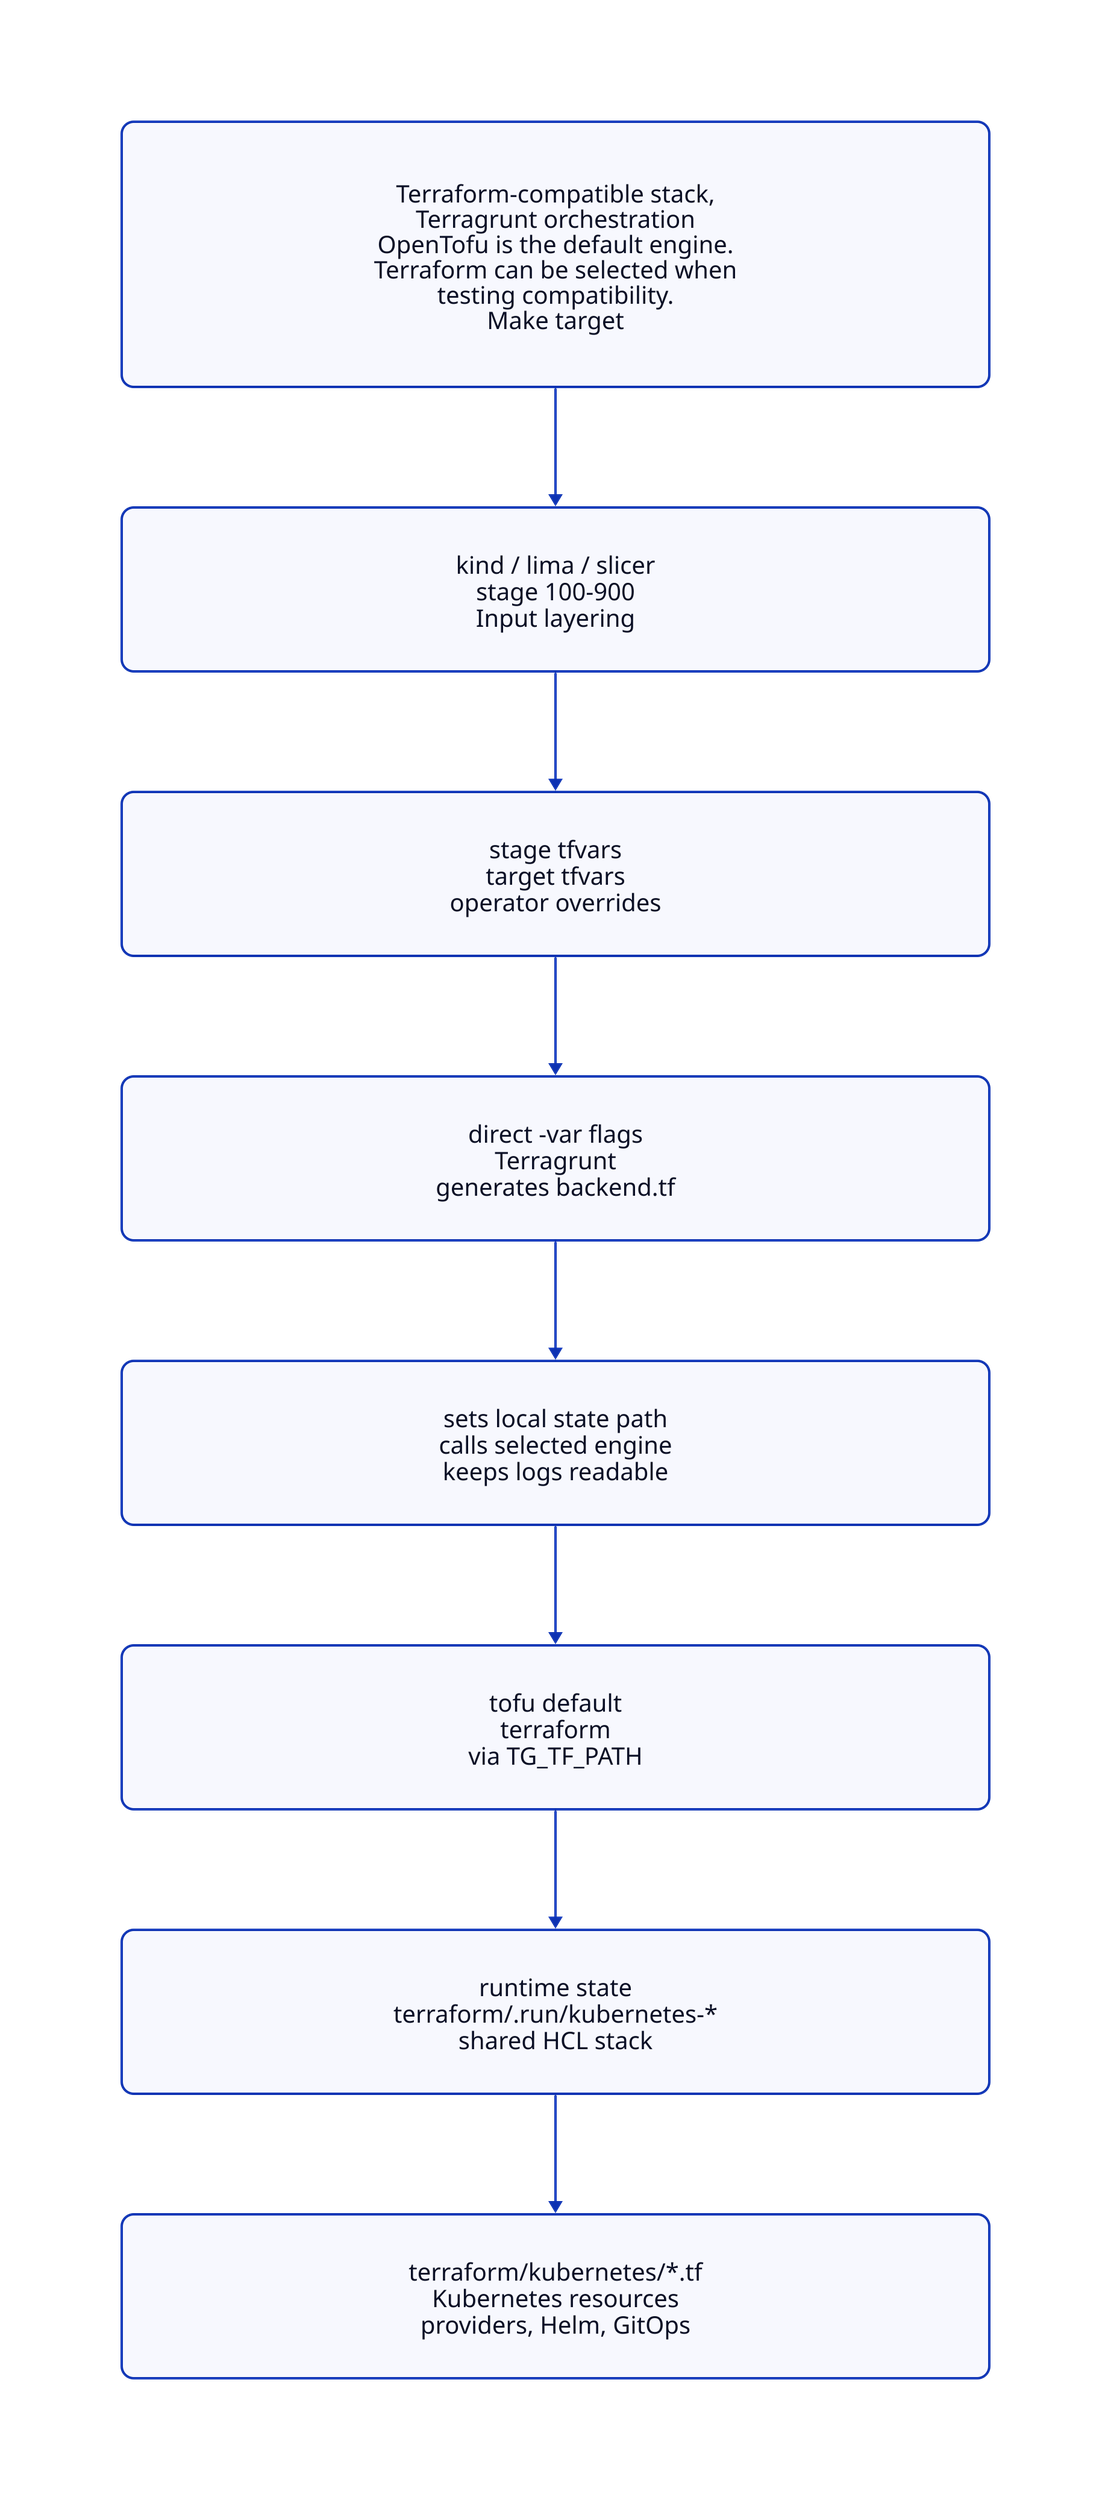
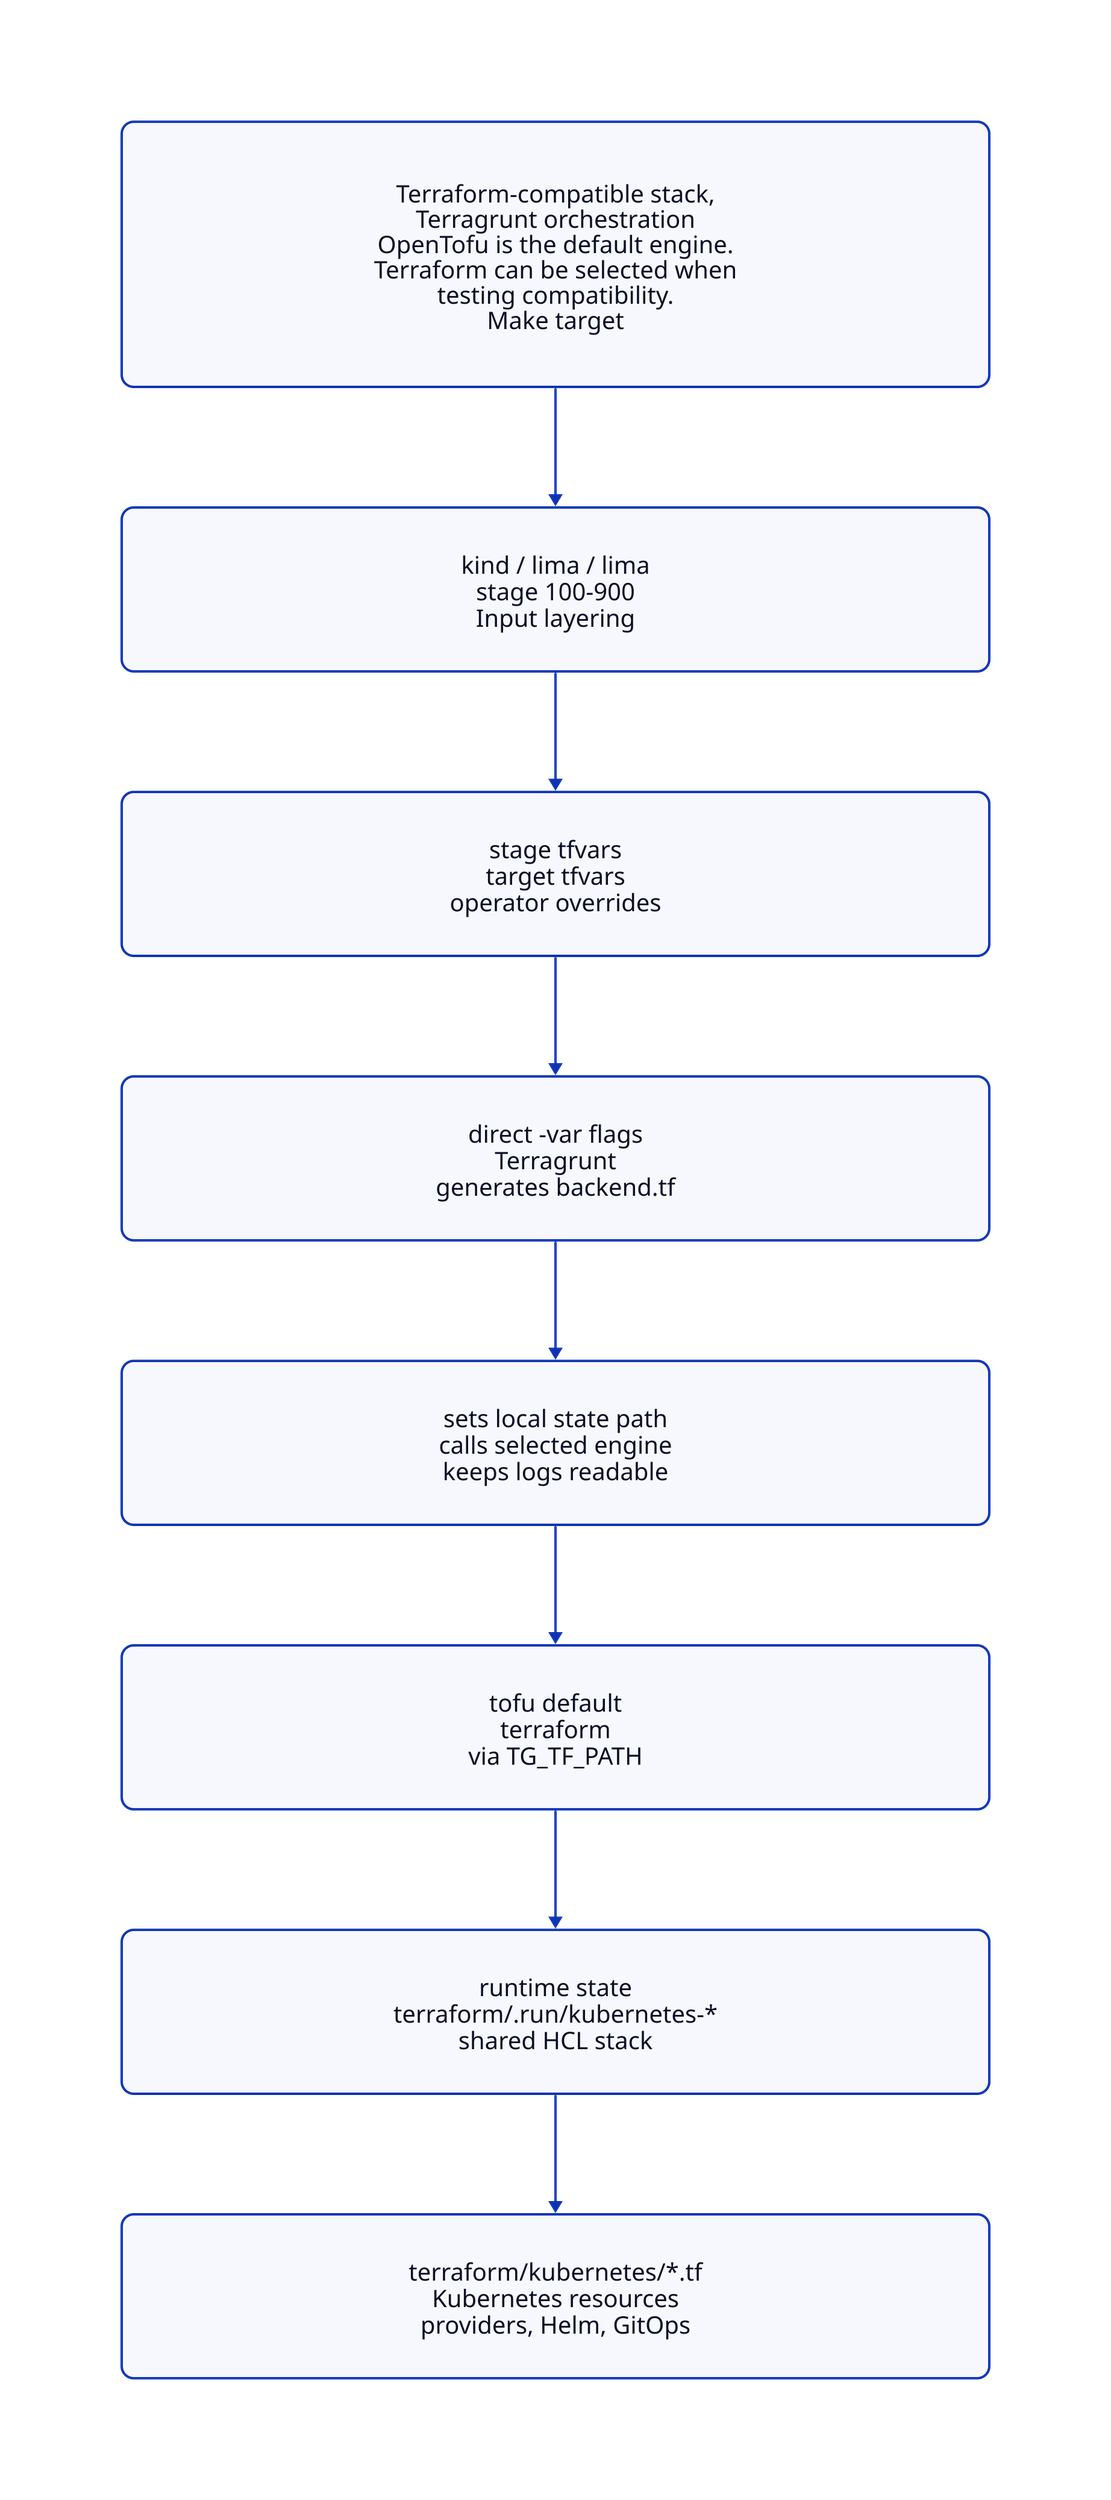
# Auto-migrated D2 source for /diagrams/terraform-terragrunt-runtime.svg.
# Replace labels/edges here when improving the diagram; do not edit rendered SVG.
# @light public/diagrams/terraform-terragrunt-runtime.svg
# @dark public/diagrams/terraform-terragrunt-runtime-dark.svg
# @layout elk
# @pad 64

direction: down

style.fill: transparent

n01: {
  label: "Terraform-compatible stack,\nTerragrunt orchestration\nOpenTofu is the default engine.\nTerraform can be selected when\ntesting compatibility.\nMake target"
  width: 720
  height: 220
  style.font-size: 20
  style.border-radius: 10
}

n02: {
-   label: "kind / lima / slicer\nstage 100-900\nInput layering"
+   label: "kind / lima / lima\nstage 100-900\nInput layering"
  width: 720
  height: 136
  style.font-size: 20
  style.border-radius: 10
}

n03: {
  label: "stage tfvars\ntarget tfvars\noperator overrides"
  width: 720
  height: 136
  style.font-size: 20
  style.border-radius: 10
}

n04: {
  label: "direct -var flags\nTerragrunt\ngenerates backend.tf"
  width: 720
  height: 136
  style.font-size: 20
  style.border-radius: 10
}

n05: {
  label: "sets local state path\ncalls selected engine\nkeeps logs readable"
  width: 720
  height: 136
  style.font-size: 20
  style.border-radius: 10
}

n06: {
  label: "tofu default\nterraform\nvia TG_TF_PATH"
  width: 720
  height: 136
  style.font-size: 20
  style.border-radius: 10
}

n07: {
  label: "runtime state\nterraform/.run/kubernetes-*\nshared HCL stack"
  width: 720
  height: 136
  style.font-size: 20
  style.border-radius: 10
}

n08: {
  label: "terraform/kubernetes/*.tf\nKubernetes resources\nproviders, Helm, GitOps"
  width: 720
  height: 136
  style.font-size: 20
  style.border-radius: 10
}

n01 -> n02
n02 -> n03
n03 -> n04
n04 -> n05
n05 -> n06
n06 -> n07
n07 -> n08
